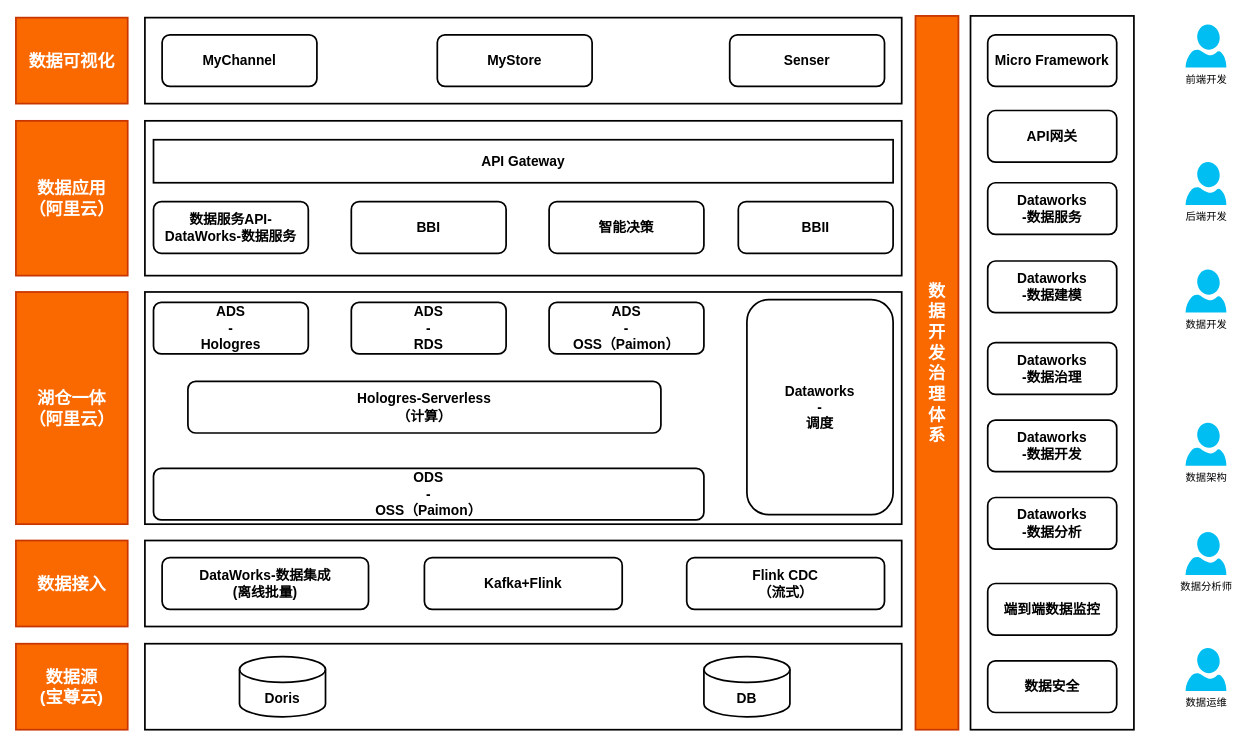
Above: page "第 13 页" (13 of 13) of indicator-platform.drawio in jackie-thank/beego-authz (draw.io), before the change. Source tidied: cells renumbered, new cells numbered last; positions are measured from the earlier drawing's top-left corner, leaving out a move shared by most shapes. Both pictures are drawn from the tidied source at 86%, with x=0, y=0 at pixel (15, 15).
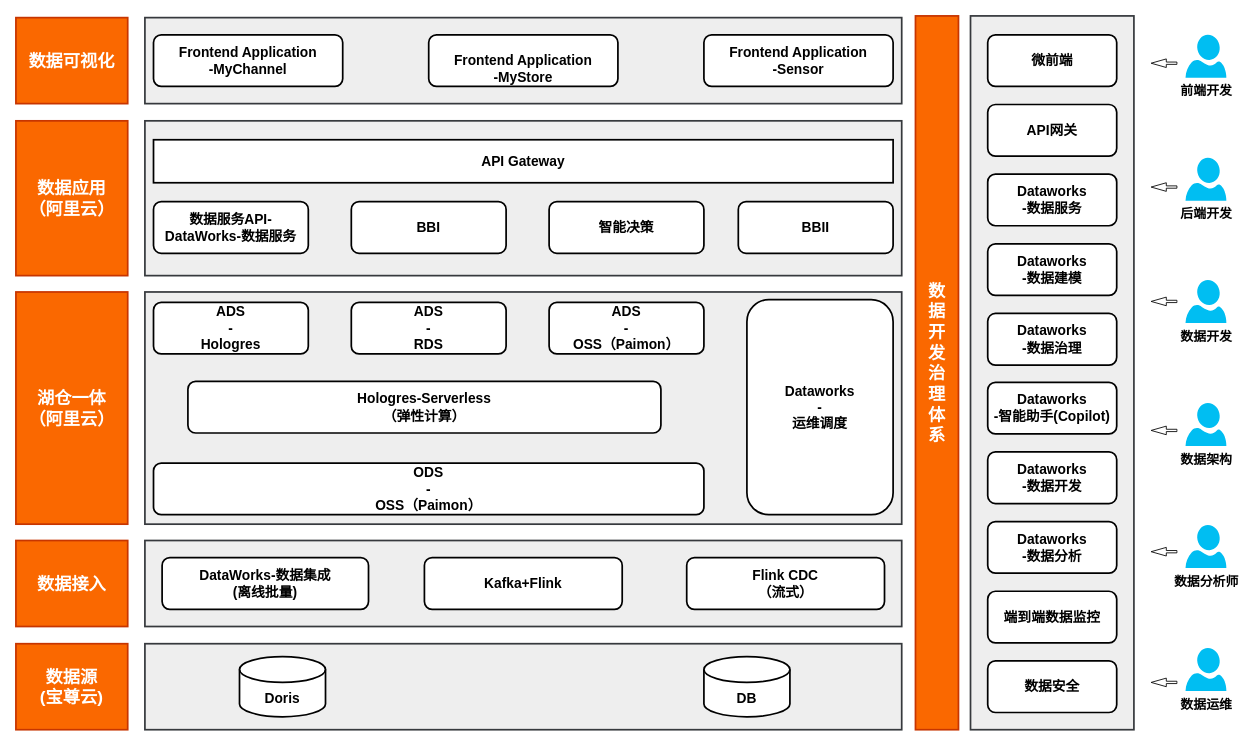
The same page after the edit.

The edit, as a diff of the source:
```diff
@@
-    <mxCell id="2" style="rounded=0;whiteSpace=wrap;html=1;strokeWidth=2;" parent="1" vertex="1">
+    <mxCell id="2" style="rounded=0;whiteSpace=wrap;html=1;strokeWidth=2;fillColor=#eeeeee;strokeColor=#36393d;" parent="1" vertex="1">
       <mxGeometry x="1110" width="190" height="830" as="geometry" />
     </mxCell>
-    <mxCell id="3" style="rounded=0;whiteSpace=wrap;html=1;strokeWidth=2;" parent="1" vertex="1">
+    <mxCell id="3" style="rounded=0;whiteSpace=wrap;html=1;strokeWidth=2;fillColor=#eeeeee;strokeColor=#36393d;" parent="1" vertex="1">
       <mxGeometry x="150" y="321" width="880" height="270" as="geometry" />
     </mxCell>
-    <mxCell id="4" style="rounded=0;whiteSpace=wrap;html=1;strokeWidth=2;" parent="1" vertex="1">
+    <mxCell id="4" style="rounded=0;whiteSpace=wrap;html=1;strokeWidth=2;fillColor=#eeeeee;strokeColor=#36393d;" parent="1" vertex="1">
       <mxGeometry x="150" y="730" width="880" height="100" as="geometry" />
     </mxCell>
-    <mxCell id="5" style="rounded=0;whiteSpace=wrap;html=1;strokeWidth=2;" parent="1" vertex="1">
+    <mxCell id="5" style="rounded=0;whiteSpace=wrap;html=1;strokeWidth=2;fillColor=#eeeeee;strokeColor=#36393d;" parent="1" vertex="1">
       <mxGeometry x="150" y="2" width="880" height="100" as="geometry" />
     </mxCell>
     <mxCell id="6" value="&lt;div&gt;ODS&lt;/div&gt;&lt;div&gt;-&lt;/div&gt;&lt;div&gt;OSS（Paimon）&lt;/div&gt;" style="rounded=1;whiteSpace=wrap;html=1;strokeWidth=2;fontSize=16;fontStyle=1;" parent="1" vertex="1">
-      <mxGeometry x="160" y="526" width="640" height="60" as="geometry" />
+      <mxGeometry x="160" y="520" width="640" height="60" as="geometry" />
     </mxCell>
@@
-    <mxCell id="8" value="&lt;div&gt;Dataworks&lt;/div&gt;&lt;div&gt;-&lt;/div&gt;&lt;div&gt;调度&lt;/div&gt;" style="rounded=1;whiteSpace=wrap;html=1;strokeWidth=2;fontSize=16;fontStyle=1;" parent="1" vertex="1">
+    <mxCell id="8" value="&lt;div&gt;Dataworks&lt;/div&gt;&lt;div&gt;-&lt;/div&gt;&lt;div&gt;运维调度&lt;/div&gt;" style="rounded=1;whiteSpace=wrap;html=1;strokeWidth=2;fontSize=16;fontStyle=1;" parent="1" vertex="1">
       <mxGeometry x="850" y="330" width="170" height="250" as="geometry" />
     </mxCell>
@@
-    <mxCell id="14" style="rounded=0;whiteSpace=wrap;html=1;strokeWidth=2;" parent="1" vertex="1">
+    <mxCell id="14" style="rounded=0;whiteSpace=wrap;html=1;strokeWidth=2;fillColor=#eeeeee;strokeColor=#36393d;" parent="1" vertex="1">
       <mxGeometry x="150" y="122" width="880" height="180" as="geometry" />
     </mxCell>
-    <mxCell id="15" style="rounded=0;whiteSpace=wrap;html=1;strokeWidth=2;" parent="1" vertex="1">
+    <mxCell id="15" style="rounded=0;whiteSpace=wrap;html=1;strokeWidth=2;fillColor=#eeeeee;strokeColor=#36393d;" parent="1" vertex="1">
       <mxGeometry x="150" y="610" width="880" height="100" as="geometry" />
     </mxCell>
@@
-    <mxCell id="19" value="MyChannel" style="rounded=1;whiteSpace=wrap;html=1;strokeWidth=2;fontSize=16;fontStyle=1;" parent="1" vertex="1">
-      <mxGeometry x="170" y="22" width="180" height="60" as="geometry" />
+    <mxCell id="19" value="&lt;div&gt;Frontend Application&lt;/div&gt;&lt;div&gt;-MyChannel&lt;/div&gt;" style="rounded=1;whiteSpace=wrap;html=1;strokeWidth=2;fontSize=16;fontStyle=1;" parent="1" vertex="1">
+      <mxGeometry x="160" y="22" width="220" height="60" as="geometry" />
     </mxCell>
-    <mxCell id="20" value="MyStore" style="rounded=1;whiteSpace=wrap;html=1;strokeWidth=2;fontSize=16;fontStyle=1;" parent="1" vertex="1">
-      <mxGeometry x="490" y="22" width="180" height="60" as="geometry" />
+    <mxCell id="20" value="&lt;div&gt;&lt;br&gt;&lt;/div&gt;&lt;div&gt;Frontend Application&lt;/div&gt;&lt;div&gt;-MyStore&lt;/div&gt;" style="rounded=1;whiteSpace=wrap;html=1;strokeWidth=2;fontSize=16;fontStyle=1;" parent="1" vertex="1">
+      <mxGeometry x="480" y="22" width="220" height="60" as="geometry" />
     </mxCell>
-    <mxCell id="21" value="Senser" style="rounded=1;whiteSpace=wrap;html=1;strokeWidth=2;fontSize=16;fontStyle=1;" parent="1" vertex="1">
-      <mxGeometry x="830" y="22" width="180" height="60" as="geometry" />
+    <mxCell id="21" value="&lt;div&gt;Frontend Application&lt;/div&gt;&lt;div&gt;-Sensor&lt;/div&gt;" style="rounded=1;whiteSpace=wrap;html=1;strokeWidth=2;fontSize=16;fontStyle=1;" parent="1" vertex="1">
+      <mxGeometry x="800" y="22" width="220" height="60" as="geometry" />
     </mxCell>
@@
     <mxCell id="31" value="&lt;div&gt;Dataworks&lt;/div&gt;&lt;div&gt;-数据治理&lt;br&gt;&lt;/div&gt;" style="rounded=1;whiteSpace=wrap;html=1;strokeWidth=2;fontSize=16;fontStyle=1;flipV=0;" parent="1" vertex="1">
-      <mxGeometry x="1130" y="380" width="150" height="60" as="geometry" />
+      <mxGeometry x="1130" y="346" width="150" height="60" as="geometry" />
     </mxCell>
     <mxCell id="32" value="&lt;div&gt;Dataworks&lt;/div&gt;&lt;div&gt;-数据服务&lt;/div&gt;" style="rounded=1;whiteSpace=wrap;html=1;strokeWidth=2;fontSize=16;fontStyle=1;flipV=0;" parent="1" vertex="1">
-      <mxGeometry x="1130" y="194" width="150" height="60" as="geometry" />
+      <mxGeometry x="1130" y="184" width="150" height="60" as="geometry" />
     </mxCell>
-    <mxCell id="33" value="Micro Framework" style="rounded=1;whiteSpace=wrap;html=1;strokeWidth=2;fontSize=16;fontStyle=1;flipV=0;" parent="1" vertex="1">
+    <mxCell id="33" value="微前端" style="rounded=1;whiteSpace=wrap;html=1;strokeWidth=2;fontSize=16;fontStyle=1;flipV=0;" parent="1" vertex="1">
       <mxGeometry x="1130" y="22" width="150" height="60" as="geometry" />
     </mxCell>
@@
     <mxCell id="35" value="端到端数据监控" style="rounded=1;whiteSpace=wrap;html=1;strokeWidth=2;fontSize=16;fontStyle=1;flipV=0;" parent="1" vertex="1">
-      <mxGeometry x="1130" y="660" width="150" height="60" as="geometry" />
+      <mxGeometry x="1130" y="669" width="150" height="60" as="geometry" />
     </mxCell>
     <mxCell id="36" value="&lt;div&gt;Dataworks&lt;/div&gt;&lt;div&gt;-数据开发&lt;br&gt;&lt;/div&gt;" style="rounded=1;whiteSpace=wrap;html=1;strokeWidth=2;fontSize=16;fontStyle=1;flipV=0;" parent="1" vertex="1">
-      <mxGeometry x="1130" y="470" width="150" height="60" as="geometry" />
+      <mxGeometry x="1130" y="507" width="150" height="60" as="geometry" />
     </mxCell>
     <mxCell id="37" value="&lt;div&gt;Dataworks&lt;/div&gt;&lt;div&gt;-数据分析&lt;br&gt;&lt;/div&gt;" style="rounded=1;whiteSpace=wrap;html=1;strokeWidth=2;fontSize=16;fontStyle=1;flipV=0;" parent="1" vertex="1">
-      <mxGeometry x="1130" y="560" width="150" height="60" as="geometry" />
+      <mxGeometry x="1130" y="588" width="150" height="60" as="geometry" />
     </mxCell>
     <mxCell id="38" value="&lt;div&gt;Dataworks&lt;/div&gt;&lt;div&gt;-数据建模&lt;br&gt;&lt;/div&gt;" style="rounded=1;whiteSpace=wrap;html=1;strokeWidth=2;fontSize=16;fontStyle=1;flipV=0;" parent="1" vertex="1">
-      <mxGeometry x="1130" y="285" width="150" height="60" as="geometry" />
+      <mxGeometry x="1130" y="265" width="150" height="60" as="geometry" />
     </mxCell>
     <mxCell id="39" value="API网关" style="rounded=1;whiteSpace=wrap;html=1;strokeWidth=2;fontSize=16;fontStyle=1;flipV=0;" parent="1" vertex="1">
-      <mxGeometry x="1130" y="110" width="150" height="60" as="geometry" />
+      <mxGeometry x="1130" y="103" width="150" height="60" as="geometry" />
     </mxCell>
@@
-    <mxCell id="41" value="前端开发" style="verticalLabelPosition=bottom;html=1;verticalAlign=top;align=center;strokeColor=none;fillColor=#00BEF2;shape=mxgraph.azure.user;" parent="1" vertex="1">
-      <mxGeometry x="1360" y="10" width="47.5" height="50" as="geometry" />
+    <mxCell id="41" value="前端开发" style="verticalLabelPosition=bottom;html=1;verticalAlign=top;align=center;strokeColor=none;fillColor=#00BEF2;shape=mxgraph.azure.user;fontSize=15;fontStyle=1;" parent="1" vertex="1">
+      <mxGeometry x="1360" y="22" width="47.5" height="50" as="geometry" />
     </mxCell>
-    <mxCell id="42" value="后端开发" style="verticalLabelPosition=bottom;html=1;verticalAlign=top;align=center;strokeColor=none;fillColor=#00BEF2;shape=mxgraph.azure.user;" parent="1" vertex="1">
-      <mxGeometry x="1360" y="170" width="47.5" height="50" as="geometry" />
+    <mxCell id="42" value="后端开发" style="verticalLabelPosition=bottom;html=1;verticalAlign=top;align=center;strokeColor=none;fillColor=#00BEF2;shape=mxgraph.azure.user;fontSize=15;fontStyle=1;" parent="1" vertex="1">
+      <mxGeometry x="1360" y="165" width="47.5" height="50" as="geometry" />
     </mxCell>
-    <mxCell id="43" value="数据分析师" style="verticalLabelPosition=bottom;html=1;verticalAlign=top;align=center;strokeColor=none;fillColor=#00BEF2;shape=mxgraph.azure.user;" parent="1" vertex="1">
-      <mxGeometry x="1360" y="600" width="47.5" height="50" as="geometry" />
+    <mxCell id="43" value="数据分析师" style="verticalLabelPosition=bottom;html=1;verticalAlign=top;align=center;strokeColor=none;fillColor=#00BEF2;shape=mxgraph.azure.user;fontSize=15;fontStyle=1;" parent="1" vertex="1">
+      <mxGeometry x="1360" y="592" width="47.5" height="50" as="geometry" />
     </mxCell>
-    <mxCell id="44" value="数据架构" style="verticalLabelPosition=bottom;html=1;verticalAlign=top;align=center;strokeColor=none;fillColor=#00BEF2;shape=mxgraph.azure.user;" parent="1" vertex="1">
-      <mxGeometry x="1360" y="473" width="47.5" height="50" as="geometry" />
+    <mxCell id="44" value="数据架构" style="verticalLabelPosition=bottom;html=1;verticalAlign=top;align=center;strokeColor=none;fillColor=#00BEF2;shape=mxgraph.azure.user;fontSize=15;fontStyle=1;" parent="1" vertex="1">
+      <mxGeometry x="1360" y="450" width="47.5" height="50" as="geometry" />
     </mxCell>
-    <mxCell id="45" value="数据运维" style="verticalLabelPosition=bottom;html=1;verticalAlign=top;align=center;strokeColor=none;fillColor=#00BEF2;shape=mxgraph.azure.user;" parent="1" vertex="1">
+    <mxCell id="45" value="数据运维" style="verticalLabelPosition=bottom;html=1;verticalAlign=top;align=center;strokeColor=none;fillColor=#00BEF2;shape=mxgraph.azure.user;fontSize=15;fontStyle=1;" parent="1" vertex="1">
       <mxGeometry x="1360" y="735" width="47.5" height="50" as="geometry" />
     </mxCell>
-    <mxCell id="46" value="&lt;div&gt;Hologres-Serverless&lt;/div&gt;&lt;div&gt;（计算）&lt;/div&gt;" style="rounded=1;whiteSpace=wrap;html=1;strokeWidth=2;fontSize=16;fontStyle=1;" parent="1" vertex="1">
+    <mxCell id="46" value="&lt;div&gt;Hologres-Serverless&lt;/div&gt;&lt;div&gt;（弹性计算）&lt;/div&gt;" style="rounded=1;whiteSpace=wrap;html=1;strokeWidth=2;fontSize=16;fontStyle=1;" parent="1" vertex="1">
       <mxGeometry x="200" y="425" width="550" height="60" as="geometry" />
     </mxCell>
-    <mxCell id="47" value="数据开发" style="verticalLabelPosition=bottom;html=1;verticalAlign=top;align=center;strokeColor=none;fillColor=#00BEF2;shape=mxgraph.azure.user;" parent="1" vertex="1">
-      <mxGeometry x="1360" y="295" width="47.5" height="50" as="geometry" />
+    <mxCell id="47" value="数据开发" style="verticalLabelPosition=bottom;html=1;verticalAlign=top;align=center;strokeColor=none;fillColor=#00BEF2;shape=mxgraph.azure.user;fontSize=15;fontStyle=1;" parent="1" vertex="1">
+      <mxGeometry x="1360" y="307" width="47.5" height="50" as="geometry" />
     </mxCell>
+    <mxCell id="48" style="html=1;shadow=0;dashed=0;align=center;verticalAlign=middle;shape=mxgraph.arrows2.arrow;dy=0.73;dx=17.67;flipH=1;notch=0;" parent="1" vertex="1">
+      <mxGeometry x="1320" y="50" width="30" height="10" as="geometry" />
+    </mxCell>
+    <mxCell id="49" style="html=1;shadow=0;dashed=0;align=center;verticalAlign=middle;shape=mxgraph.arrows2.arrow;dy=0.73;dx=17.67;flipH=1;notch=0;" parent="1" vertex="1">
+      <mxGeometry x="1320" y="194" width="30" height="10" as="geometry" />
+    </mxCell>
+    <mxCell id="50" style="html=1;shadow=0;dashed=0;align=center;verticalAlign=middle;shape=mxgraph.arrows2.arrow;dy=0.73;dx=17.67;flipH=1;notch=0;" parent="1" vertex="1">
+      <mxGeometry x="1320" y="327" width="30" height="10" as="geometry" />
+    </mxCell>
+    <mxCell id="51" style="html=1;shadow=0;dashed=0;align=center;verticalAlign=middle;shape=mxgraph.arrows2.arrow;dy=0.73;dx=17.67;flipH=1;notch=0;" parent="1" vertex="1">
+      <mxGeometry x="1320" y="477" width="30" height="10" as="geometry" />
+    </mxCell>
+    <mxCell id="52" style="html=1;shadow=0;dashed=0;align=center;verticalAlign=middle;shape=mxgraph.arrows2.arrow;dy=0.73;dx=17.67;flipH=1;notch=0;" parent="1" vertex="1">
+      <mxGeometry x="1320" y="618" width="30" height="10" as="geometry" />
+    </mxCell>
+    <mxCell id="53" style="html=1;shadow=0;dashed=0;align=center;verticalAlign=middle;shape=mxgraph.arrows2.arrow;dy=0.73;dx=17.67;flipH=1;notch=0;" parent="1" vertex="1">
+      <mxGeometry x="1320" y="770" width="30" height="10" as="geometry" />
+    </mxCell>
+    <mxCell id="54" value="&lt;div&gt;Dataworks&lt;/div&gt;&lt;div&gt;-智能助手(Copilot)&lt;br&gt;&lt;/div&gt;" style="rounded=1;whiteSpace=wrap;html=1;strokeWidth=2;fontSize=16;fontStyle=1;flipV=0;" parent="1" vertex="1">
+      <mxGeometry x="1130" y="426" width="150" height="60" as="geometry" />
+    </mxCell>
```
